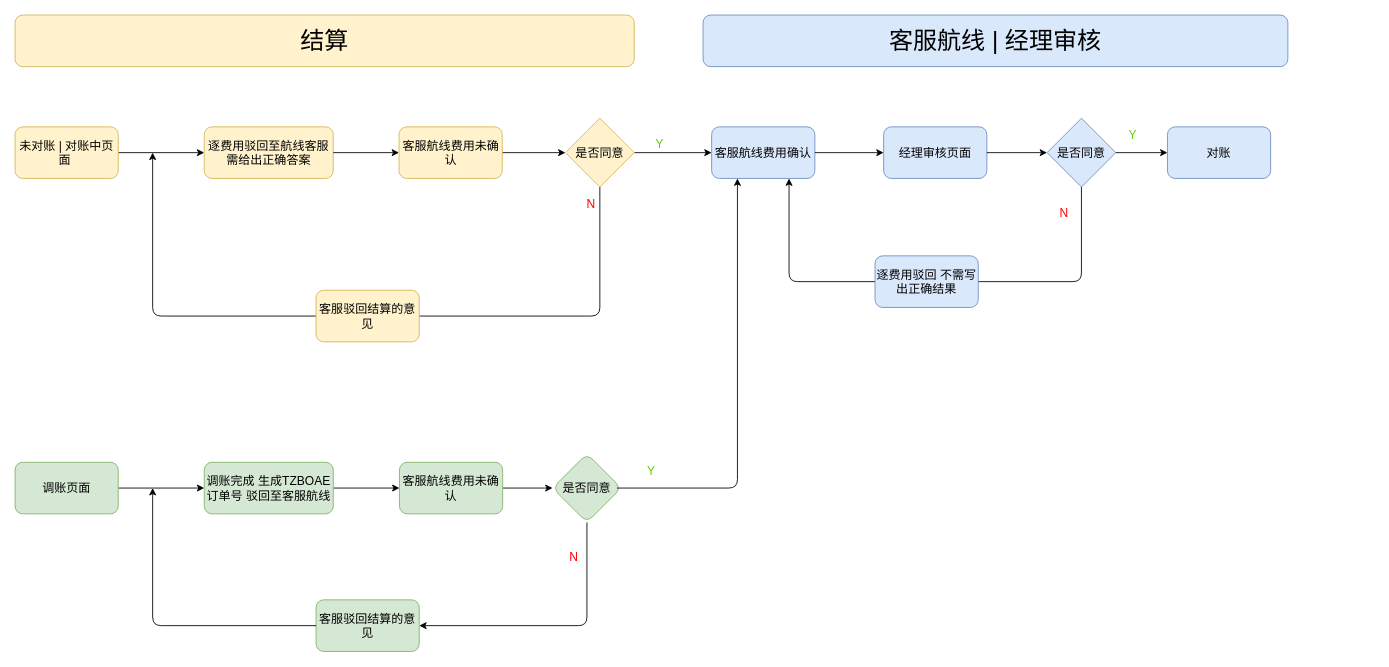
Earlier version of the draw.io diagram 新版流程图.drawio (DiggingSteve/Flow). Source tidied: cells renumbered, new cells numbered last; positions are measured from the earlier drawing's top-left corner, leaving out a move shared by most shapes. Both pictures are drawn from the tidied source at 86%, with x=0, y=0 at pixel (15, 15).
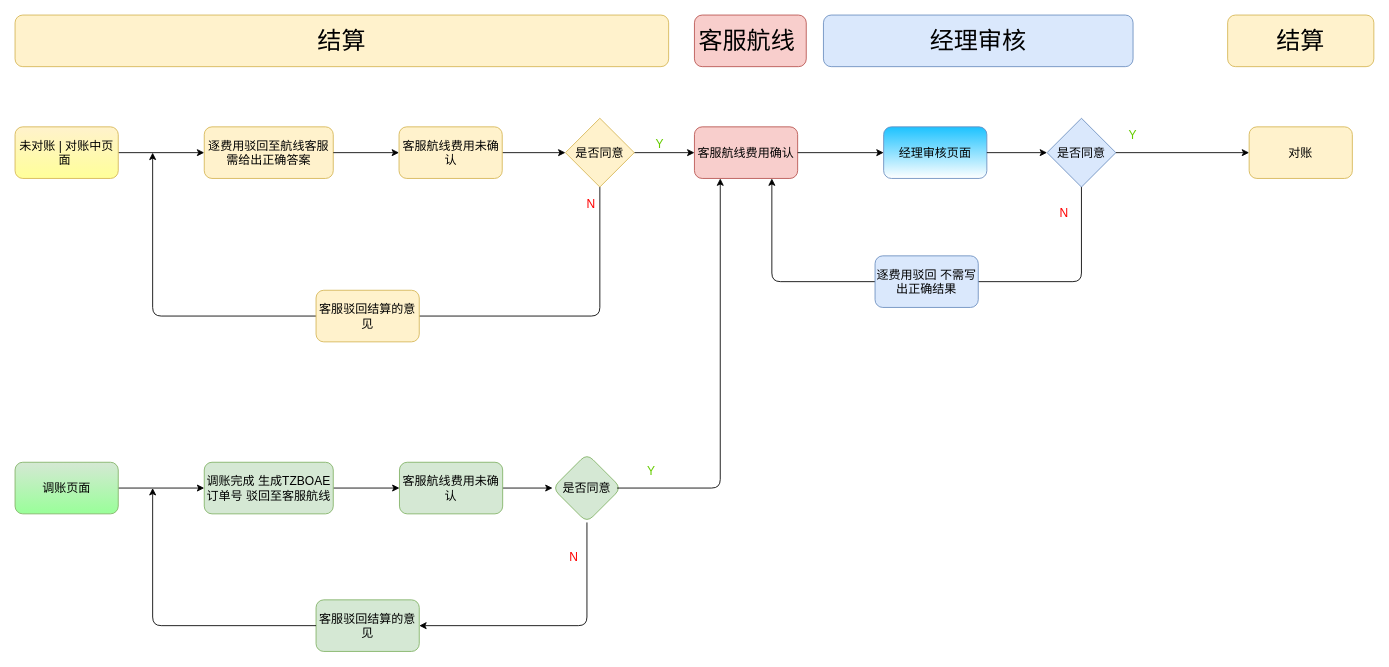
Above is the later version.

Commit message:
更新新版流程图.drawio

The change refers to these unchanged cells:
```xml
<mxCell id="5" value="是否同意" style="rhombus;whiteSpace=wrap;html=1;fillColor=#dae8fc;strokeColor=#6c8ebf;fontSize=14;" parent="1" vertex="1">
  <mxGeometry x="1200" y="120" width="80" height="80" as="geometry" />
</mxCell>
```

What changed in the source:
```diff
@@
-    <mxCell id="2" value="&lt;font style=&quot;font-size: 28px&quot;&gt;客服航线 | 经理审核&lt;/font&gt;" style="rounded=1;whiteSpace=wrap;html=1;fillColor=#dae8fc;strokeColor=#6c8ebf;fontSize=14;" parent="1" vertex="1">
-      <mxGeometry x="800" width="680" height="60" as="geometry" />
+    <mxCell id="2" value="&lt;font style=&quot;font-size: 28px&quot;&gt;客服航线&amp;nbsp;&lt;/font&gt;" style="rounded=1;whiteSpace=wrap;html=1;fillColor=#f8cecc;strokeColor=#b85450;fontSize=14;" parent="1" vertex="1">
+      <mxGeometry x="790" width="130" height="60" as="geometry" />
     </mxCell>
-    <mxCell id="3" value="经理审核页面" style="rounded=1;whiteSpace=wrap;html=1;fillColor=#dae8fc;strokeColor=#6c8ebf;fontSize=14;" parent="1" vertex="1">
+    <mxCell id="3" value="经理审核页面" style="rounded=1;whiteSpace=wrap;html=1;strokeColor=#6c8ebf;fontSize=14;gradientColor=#ffffff;fillColor=#1CC2FF;" parent="1" vertex="1">
       <mxGeometry x="1010" y="130" width="120" height="60" as="geometry" />
     </mxCell>
-    <mxCell id="4" value="对账" style="rounded=1;whiteSpace=wrap;html=1;fillColor=#dae8fc;strokeColor=#6c8ebf;fontSize=14;" parent="1" vertex="1">
-      <mxGeometry x="1340" y="130" width="120" height="60" as="geometry" />
+    <mxCell id="4" value="对账" style="rounded=1;whiteSpace=wrap;html=1;fillColor=#fff2cc;strokeColor=#d6b656;fontSize=14;" parent="1" vertex="1">
+      <mxGeometry x="1435" y="130" width="120" height="60" as="geometry" />
     </mxCell>
@@
-    <mxCell id="6" value="客服航线费用确认" style="rounded=1;whiteSpace=wrap;html=1;fillColor=#dae8fc;strokeColor=#6c8ebf;fontSize=14;" parent="1" vertex="1">
-      <mxGeometry x="810" y="130" width="120" height="60" as="geometry" />
+    <mxCell id="6" value="客服航线费用确认" style="rounded=1;whiteSpace=wrap;html=1;fillColor=#f8cecc;strokeColor=#b85450;fontSize=14;" parent="1" vertex="1">
+      <mxGeometry x="790" y="130" width="120" height="60" as="geometry" />
     </mxCell>
@@
     <mxCell id="11" style="endArrow=classic;html=1;exitX=0.5;exitY=1;exitDx=0;exitDy=0;entryX=0.75;entryY=1;entryDx=0;entryDy=0;fontSize=14;" parent="1" edge="1" source="5" target="6">
       <mxGeometry relative="1" as="geometry">
         <Array as="points">
           <mxPoint x="1240" y="310" />
-          <mxPoint x="900" y="310" />
+          <mxPoint x="880" y="310" />
         </Array>
       </mxGeometry>
     </mxCell>
@@
     <mxCell id="14" value="&lt;font style=&quot;font-size: 28px&quot;&gt;结算&lt;/font&gt;" style="rounded=1;whiteSpace=wrap;html=1;fillColor=#fff2cc;strokeColor=#d6b656;fontSize=14;" parent="1" vertex="1">
-      <mxGeometry width="720" height="60" as="geometry" />
+      <mxGeometry width="760" height="60" as="geometry" />
     </mxCell>
@@
-    <mxCell id="16" value="未对账 | 对账中页面&amp;nbsp;" style="rounded=1;whiteSpace=wrap;html=1;fillColor=#fff2cc;strokeColor=#d6b656;fontSize=14;" parent="1" vertex="1">
+    <mxCell id="16" value="未对账 | 对账中页面&amp;nbsp;" style="rounded=1;whiteSpace=wrap;html=1;fillColor=#fff2cc;strokeColor=#d6b656;fontSize=14;gradientColor=#FFFF99;" parent="1" vertex="1">
       <mxGeometry y="130" width="120" height="60" as="geometry" />
     </mxCell>
@@
-    <mxCell id="28" value="调账页面" style="rounded=1;whiteSpace=wrap;html=1;fillColor=#d5e8d4;strokeColor=#82b366;fontSize=14;" parent="1" vertex="1">
+    <mxCell id="28" value="调账页面" style="rounded=1;whiteSpace=wrap;html=1;fillColor=#d5e8d4;strokeColor=#82b366;fontSize=14;gradientColor=#99FF99;" parent="1" vertex="1">
       <mxGeometry y="520" width="120" height="60" as="geometry" />
     </mxCell>
@@
     <mxCell id="34" style="endArrow=classic;html=1;entryX=0.25;entryY=1;entryDx=0;entryDy=0;fontSize=14;" parent="1" edge="1" target="6">
       <mxGeometry relative="1" as="geometry">
         <mxPoint x="700" y="550" as="sourcePoint" />
         <Array as="points">
-          <mxPoint x="840" y="550" />
+          <mxPoint x="820" y="550" />
         </Array>
       </mxGeometry>
     </mxCell>
@@
+    <mxCell id="40" value="&lt;font style=&quot;font-size: 28px&quot;&gt;结算&lt;/font&gt;" style="rounded=1;whiteSpace=wrap;html=1;fillColor=#fff2cc;strokeColor=#d6b656;fontSize=14;" parent="1" vertex="1">
+      <mxGeometry x="1410" width="170" height="60" as="geometry" />
+    </mxCell>
+    <mxCell id="41" value="&lt;span style=&quot;font-size: 28px&quot;&gt;经理审核&lt;/span&gt;" style="rounded=1;whiteSpace=wrap;html=1;fillColor=#dae8fc;fontSize=14;strokeColor=#6c8ebf;" parent="1" vertex="1">
+      <mxGeometry x="940" width="360" height="60" as="geometry" />
+    </mxCell>
```
